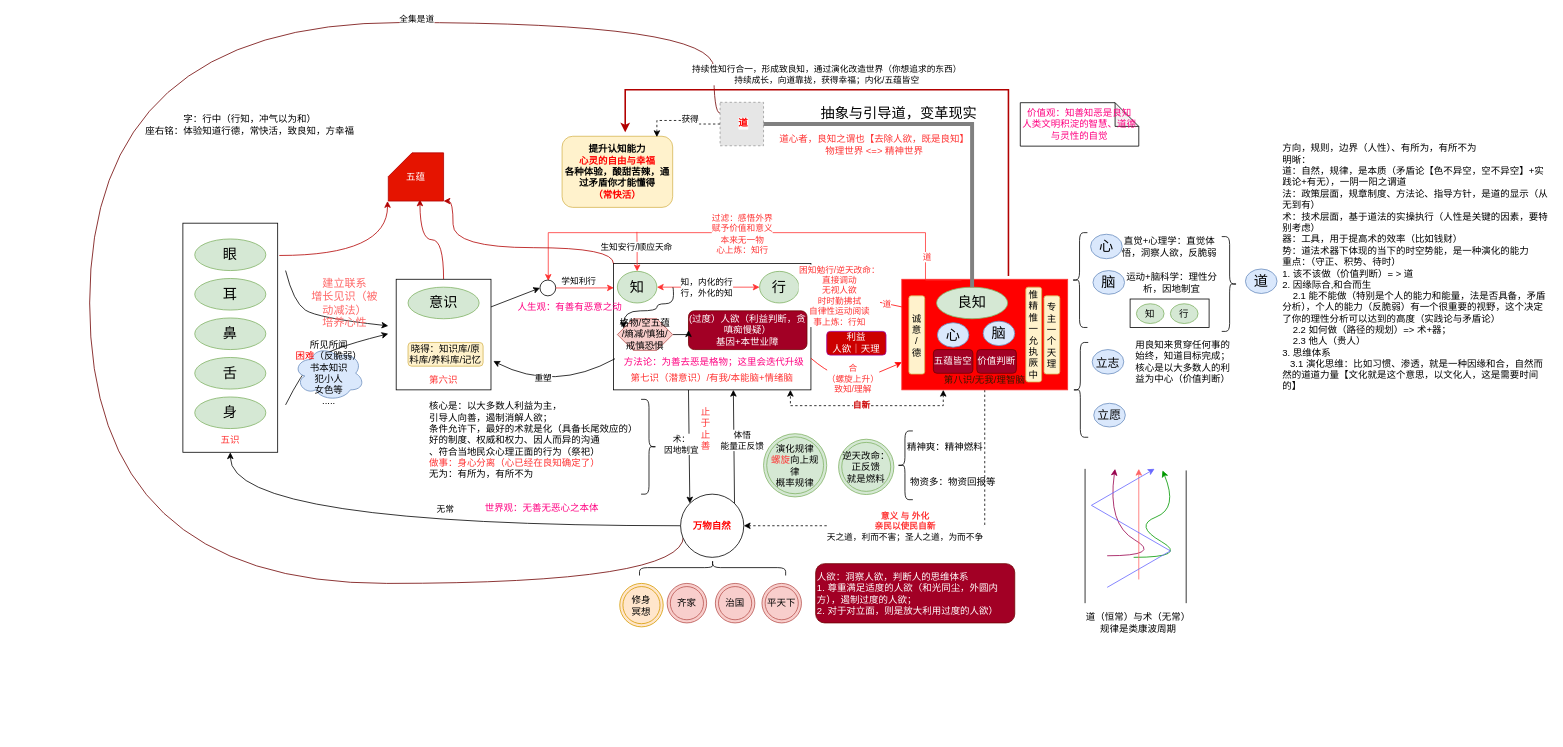
Before: page "良知" (1 of 2) of xinxue.drawio in kason-huang/DrawIO, a draw.io diagram. Source tidied: cells renumbered, new cells numbered last; positions are measured from the earlier drawing's top-left corner, leaving out a move shared by most shapes. Both pictures are drawn from the tidied source at 79%, with x=0, y=0 at pixel (89, 22). Pictures stored in the file or linked from it are replaced by grey dashed boxes.
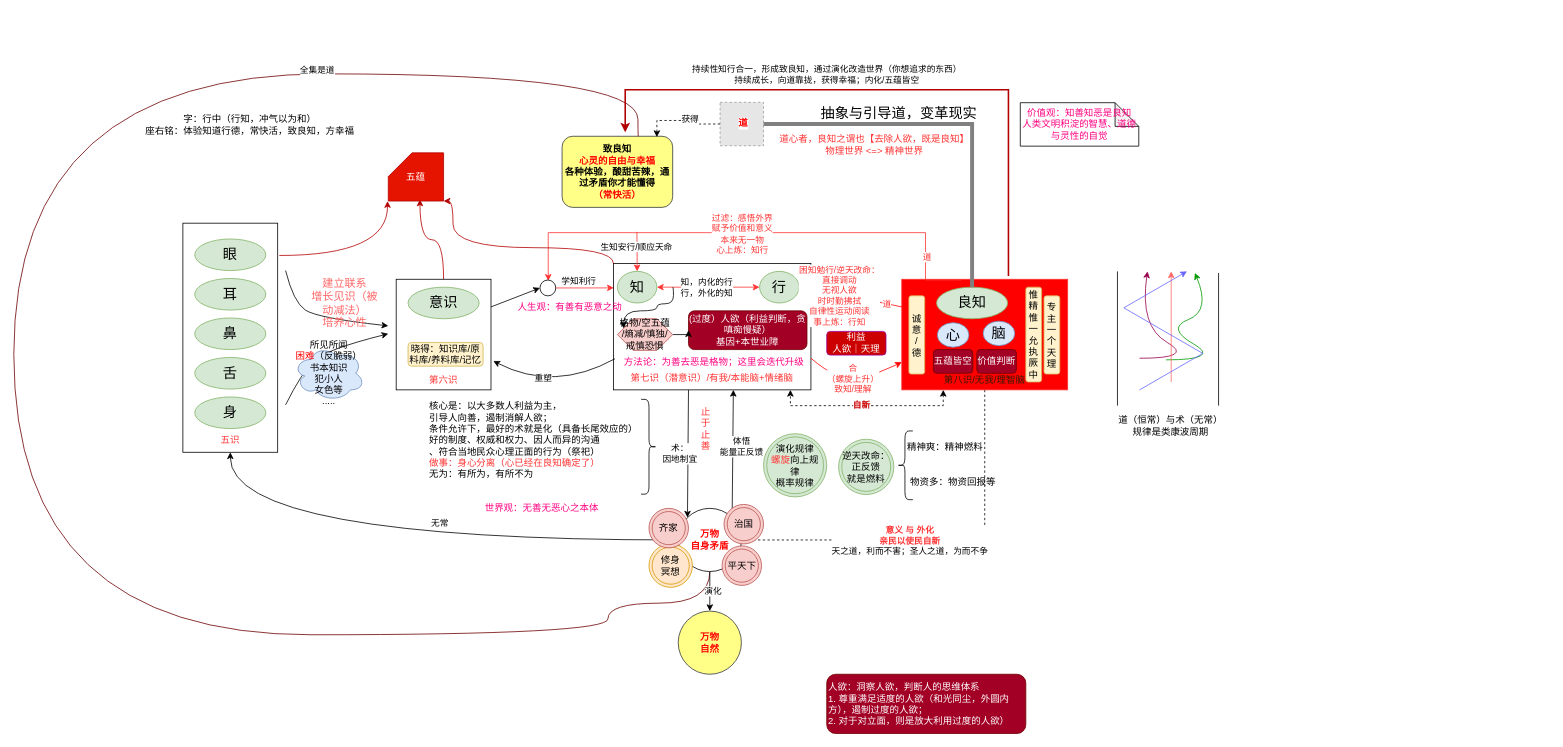
The same page after the edit.

The change refers to these unchanged cells:
```xml
<mxCell id="97" style="fillColor=#E6E6E6;strokeColor=#999999;dashed=1;verticalLabelPosition=bottom;labelBackgroundColor=default;verticalAlign=top;" parent="96" vertex="1">
  <mxGeometry width="55" height="55" as="geometry" />
</mxCell>
```

Change to the diagram source:
```diff
@@
-    <mxCell id="49" style="edgeStyle=orthogonalEdgeStyle;rounded=0;jettySize=auto;html=1;exitX=0;exitY=1;exitDx=0;exitDy=0;entryX=0;entryY=0.25;entryDx=0;entryDy=0;curved=1;endArrow=none;endFill=0;fillColor=#a20025;strokeColor=#6F0000;" parent="1" edge="1" target="97">
+    <mxCell id="49" style="edgeStyle=orthogonalEdgeStyle;rounded=0;jettySize=auto;html=1;exitX=0.5;exitY=1;exitDx=0;exitDy=0;entryX=0;entryY=0.25;entryDx=0;entryDy=0;curved=1;endArrow=none;endFill=0;fillColor=#a20025;strokeColor=#6F0000;" parent="1" edge="1" source="51">
       <mxGeometry relative="1" as="geometry">
-        <mxPoint x="751.7" y="650.3" as="sourcePoint" />
+        <mxPoint x="702" y="179.8" as="targetPoint" />
         <Array as="points">
-          <mxPoint x="752" y="710" />
-          <mxPoint y="710" />
-          <mxPoint />
-          <mxPoint x="790" />
-          <mxPoint x="790" y="115" />
+          <mxPoint x="785" y="735" />
+          <mxPoint x="656" y="735" />
+          <mxPoint x="656" y="775" />
+          <mxPoint x="-96" y="775" />
+          <mxPoint x="-96" y="65" />
+          <mxPoint x="694" y="65" />
+          <mxPoint x="694" y="180" />
         </Array>
       </mxGeometry>
     </mxCell>
@@
+    <mxCell id="121" style="rounded=0;jettySize=auto;html=1;exitX=0.5;exitY=1;exitDx=0;exitDy=0;entryX=0.5;entryY=0;entryDx=0;entryDy=0;" parent="1" edge="1" source="51" target="123">
+      <mxGeometry relative="1" as="geometry" />
+    </mxCell>
+    <mxCell id="122" value="演化" style="edgeLabel;html=1;align=center;verticalAlign=middle;" parent="121" vertex="1">
+      <mxGeometry x="-0.08" y="3" relative="1" as="geometry">
+        <mxPoint y="1" as="offset" />
+      </mxGeometry>
+    </mxCell>
-    <mxCell id="51" value="&lt;div&gt;&lt;b style=&quot;color: rgb(255, 0, 0); background-color: initial;&quot;&gt;万物自然&lt;/b&gt;&lt;br&gt;&lt;/div&gt;" style="ellipse;whiteSpace=wrap;html=1;" parent="1" vertex="1">
-      <mxGeometry x="748" y="597" width="80" height="80" as="geometry" />
+    <mxCell id="51" value="&lt;div&gt;&lt;b style=&quot;color: rgb(255, 0, 0); background-color: initial;&quot;&gt;万物&lt;/b&gt;&lt;br&gt;&lt;/div&gt;&lt;div&gt;&lt;b style=&quot;color: rgb(255, 0, 0); background-color: initial;&quot;&gt;自身矛盾&lt;/b&gt;&lt;/div&gt;" style="ellipse;whiteSpace=wrap;html=1;" parent="1" vertex="1">
+      <mxGeometry x="745" y="615" width="80" height="80" as="geometry" />
     </mxCell>
@@
-    <mxCell id="57" value="&lt;b&gt;提升认知能力&lt;br&gt;&lt;font color=&quot;#ff0000&quot;&gt;心灵的自由与幸福&lt;/font&gt;&lt;br&gt;各种体验，酸甜苦辣，通过矛盾你才能懂得&lt;br&gt;&lt;font color=&quot;#ff0000&quot;&gt;（常快活）&lt;/font&gt;&lt;/b&gt;" style="rounded=1;whiteSpace=wrap;html=1;fillColor=#fff2cc;strokeColor=#d6b656;" parent="1" vertex="1">
+    <mxCell id="57" value="&lt;b&gt;致良知&lt;br&gt;&lt;font color=&quot;#ff0000&quot;&gt;心灵的自由与幸福&lt;/font&gt;&lt;br&gt;各种体验，酸甜苦辣，通过矛盾你才能懂得&lt;br&gt;&lt;font color=&quot;#ff0000&quot;&gt;（常快活）&lt;/font&gt;&lt;/b&gt;" style="rounded=1;whiteSpace=wrap;html=1;fillColor=#ffff88;strokeColor=#36393d;" parent="1" vertex="1">
       <mxGeometry x="598" y="144" width="140" height="90" as="geometry" />
     </mxCell>
@@
-    <mxCell id="59" style="shape=curlyBracket;whiteSpace=wrap;html=1;rounded=1;labelPosition=left;verticalLabelPosition=middle;align=right;verticalAlign=middle;" parent="1" vertex="1">
-      <mxGeometry x="1243" y="266" width="20" height="120" as="geometry" />
-    </mxCell>
-    <mxCell id="60" value="直觉+心理学：直觉体悟，洞察人欲，反脆弱" style="text;html=1;strokeColor=none;fillColor=none;align=center;verticalAlign=middle;whiteSpace=wrap;rounded=0;" parent="1" vertex="1">
-      <mxGeometry x="1297" y="269" width="140" height="30" as="geometry" />
-    </mxCell>
-    <mxCell id="61" value="&lt;font style=&quot;font-size: 18px;&quot;&gt;心&lt;/font&gt;" style="ellipse;whiteSpace=wrap;html=1;fillColor=#dae8fc;strokeColor=#6c8ebf;" parent="1" vertex="1">
-      <mxGeometry x="1267" y="268" width="40" height="31" as="geometry" />
-    </mxCell>
-    <mxCell id="62" value="&lt;font style=&quot;font-size: 18px;&quot;&gt;脑&lt;/font&gt;" style="ellipse;whiteSpace=wrap;html=1;fillColor=#dae8fc;strokeColor=#6c8ebf;" parent="1" vertex="1">
-      <mxGeometry x="1270" y="314" width="40" height="30" as="geometry" />
-    </mxCell>
-    <mxCell id="63" value="运动+脑科学：理性分析，因地制宜" style="text;html=1;strokeColor=none;fillColor=none;align=center;verticalAlign=middle;whiteSpace=wrap;rounded=0;" parent="1" vertex="1">
-      <mxGeometry x="1310" y="314" width="120" height="30" as="geometry" />
-    </mxCell>
-    <mxCell id="64" style="shape=curlyBracket;whiteSpace=wrap;html=1;rounded=1;flipH=1;labelPosition=right;verticalLabelPosition=middle;align=left;verticalAlign=middle;" parent="1" vertex="1">
-      <mxGeometry x="1433" y="271" width="20" height="120" as="geometry" />
-    </mxCell>
-    <mxCell id="65" value="&lt;font style=&quot;font-size: 18px;&quot;&gt;道&lt;/font&gt;" style="ellipse;whiteSpace=wrap;html=1;fillColor=#dae8fc;strokeColor=#6c8ebf;" parent="1" vertex="1">
-      <mxGeometry x="1463" y="312" width="40" height="31" as="geometry" />
-    </mxCell>
-    <mxCell id="66" style="shape=curlyBracket;whiteSpace=wrap;html=1;rounded=1;labelPosition=left;verticalLabelPosition=middle;align=right;verticalAlign=middle;" parent="1" vertex="1">
-      <mxGeometry x="1244" y="405" width="20" height="120" as="geometry" />
-    </mxCell>
-    <mxCell id="67" value="&lt;font style=&quot;font-size: 15px;&quot;&gt;立志&lt;/font&gt;" style="ellipse;whiteSpace=wrap;html=1;fillColor=#dae8fc;strokeColor=#6c8ebf;" parent="1" vertex="1">
-      <mxGeometry x="1269" y="414" width="40" height="31" as="geometry" />
-    </mxCell>
-    <mxCell id="68" value="&lt;font style=&quot;font-size: 15px;&quot;&gt;立愿&lt;/font&gt;" style="ellipse;whiteSpace=wrap;html=1;fillColor=#dae8fc;strokeColor=#6c8ebf;" parent="1" vertex="1">
-      <mxGeometry x="1271" y="482" width="40" height="30" as="geometry" />
-    </mxCell>
-    <mxCell id="69" value="用良知来贯穿任何事的始终，知道目标完成；核心是以大多数人的利益为中心（价值判断）" style="text;html=1;strokeColor=none;fillColor=none;align=left;verticalAlign=middle;whiteSpace=wrap;rounded=0;" parent="1" vertex="1">
-      <mxGeometry x="1321.5" y="415" width="126.5" height="30" as="geometry" />
-    </mxCell>
@@
-    <mxCell id="72" style="shape=curlyBracket;whiteSpace=wrap;html=1;rounded=1;labelPosition=left;verticalLabelPosition=middle;align=right;verticalAlign=middle;rotation=90;" parent="1" vertex="1">
-      <mxGeometry x="778.5" y="597.5" width="20" height="185" as="geometry" />
-    </mxCell>
     <mxCell id="73" value="修身&lt;br&gt;冥想" style="ellipse;shape=doubleEllipse;whiteSpace=wrap;html=1;fillColor=#ffe6cc;strokeColor=#d79b00;" parent="1" vertex="1">
-      <mxGeometry x="671" y="710" width="55" height="55" as="geometry" />
+      <mxGeometry x="708" y="660" width="55" height="55" as="geometry" />
     </mxCell>
     <mxCell id="74" value="平天下" style="ellipse;shape=doubleEllipse;whiteSpace=wrap;html=1;fillColor=#f8cecc;strokeColor=#b85450;" parent="1" vertex="1">
-      <mxGeometry x="851" y="710" width="50" height="50" as="geometry" />
+      <mxGeometry x="800.5" y="662.5" width="50" height="50" as="geometry" />
     </mxCell>
     <mxCell id="75" value="治国" style="ellipse;shape=doubleEllipse;whiteSpace=wrap;html=1;fillColor=#f8cecc;strokeColor=#b85450;" parent="1" vertex="1">
-      <mxGeometry x="792" y="710" width="50" height="50" as="geometry" />
+      <mxGeometry x="803" y="610" width="50" height="50" as="geometry" />
     </mxCell>
     <mxCell id="76" value="齐家" style="ellipse;shape=doubleEllipse;whiteSpace=wrap;html=1;fillColor=#f8cecc;strokeColor=#b85450;" parent="1" vertex="1">
-      <mxGeometry x="731" y="710" width="50" height="50" as="geometry" />
+      <mxGeometry x="708" y="615" width="50" height="50" as="geometry" />
     </mxCell>
@@
     <mxCell id="83" value="人欲：洞察人欲，判断人的思维体系&lt;br&gt;1. 尊重满足适度的人欲（和光同尘，外圆内方），遏制过度的人欲；&lt;br&gt;2. 对于对立面，则是放大利用过度的人欲）" style="rounded=1;whiteSpace=wrap;html=1;fillColor=#a20025;strokeColor=#6F0000;fontColor=#ffffff;align=left;" parent="1" vertex="1">
-      <mxGeometry x="919" y="685" width="252" height="75" as="geometry" />
+      <mxGeometry x="933" y="825" width="252" height="75" as="geometry" />
     </mxCell>
-    <mxCell id="84" value="方向，规则，边界（人性）、有所为，有所不为&lt;br&gt;明晰：&lt;br&gt;道：自然，规律，是本质（矛盾论【色不异空，空不异空】+实践论+有无），一阴一阳之谓道&lt;br&gt;法：政策层面，规章制度、方法论、指导方针，是道的显示（从无到有）&lt;br&gt;术：技术层面，基于道法的实操执行（人性是关键的因素，要特别考虑）&lt;br&gt;器：工具，用于提高术的效率（比如钱财）&lt;br&gt;势：道法术器下体现的当下的时空势能，是一种演化的能力&lt;br&gt;重点：（守正、积势、待时）&lt;br&gt;1. 该不该做（价值判断）= &amp;gt; 道&lt;br&gt;2.&amp;nbsp;因缘际合,和合而生&lt;br&gt;&lt;span style=&quot;&quot;&gt;&lt;span style=&quot;&quot;&gt;&amp;nbsp;&amp;nbsp;&amp;nbsp;&amp;nbsp;&lt;/span&gt;&lt;/span&gt;2.1 能不能做（特别是个人的能力和能量，法是否具备，矛盾分析），个人的能力（反脆弱）有一个很重要的视野，这个决定了你的理性分析可以达到的高度（实践论与矛盾论）&lt;br&gt;&lt;span style=&quot;&quot;&gt;&lt;span style=&quot;&quot;&gt;&amp;nbsp;&amp;nbsp;&amp;nbsp;&amp;nbsp;&lt;/span&gt;&lt;/span&gt;2.2&amp;nbsp;如何做（路径的规划）=&amp;gt; 术+器；&lt;br&gt;&amp;nbsp; &amp;nbsp; 2.3 他人（贵人）&lt;br&gt;3. 思维体系&lt;br&gt;&amp;nbsp; &amp;nbsp;3.1 演化思维：比如习惯、渗透，就是一种因缘和合，自然而然的道道力量【文化就是这个意思，以文化人，这是需要时间的】" style="text;html=1;strokeColor=none;fillColor=none;align=left;verticalAlign=middle;whiteSpace=wrap;rounded=0;" parent="1" vertex="1">
-      <mxGeometry x="1508" y="285" width="340" height="50" as="geometry" />
-    </mxCell>
@@
-    <mxCell id="86" style="group;" parent="1" vertex="1">
-      <mxGeometry x="1317" y="350" width="100" height="36" as="geometry" />
-    </mxCell>
-    <mxCell id="87" style="rounded=0;whiteSpace=wrap;html=1;" parent="86" vertex="1">
-      <mxGeometry width="100" height="36" as="geometry" />
-    </mxCell>
-    <mxCell id="88" value="知" style="ellipse;whiteSpace=wrap;html=1;fillColor=#d5e8d4;strokeColor=#82b366;" parent="86" vertex="1">
-      <mxGeometry x="8" y="6" width="35" height="25" as="geometry" />
-    </mxCell>
-    <mxCell id="89" value="行" style="ellipse;whiteSpace=wrap;html=1;fillColor=#d5e8d4;strokeColor=#82b366;" parent="86" vertex="1">
-      <mxGeometry x="51" y="6" width="35" height="25" as="geometry" />
-    </mxCell>
     <mxCell id="90" style="endArrow=none;html=1;rounded=0;endFill=0;" parent="1" edge="1">
       <mxGeometry relative="1" as="geometry">
-        <mxPoint x="1260" y="735" as="sourcePoint" />
-        <mxPoint x="1260" y="565" as="targetPoint" />
+        <mxPoint x="1301" y="485" as="sourcePoint" />
+        <mxPoint x="1301" y="315" as="targetPoint" />
       </mxGeometry>
     </mxCell>
     <mxCell id="91" style="endArrow=none;html=1;rounded=0;endFill=0;" parent="1" edge="1">
       <mxGeometry relative="1" as="geometry">
-        <mxPoint x="1388" y="735" as="sourcePoint" />
-        <mxPoint x="1388" y="567" as="targetPoint" />
+        <mxPoint x="1429" y="485" as="sourcePoint" />
+        <mxPoint x="1429" y="317" as="targetPoint" />
       </mxGeometry>
     </mxCell>
     <mxCell id="92" style="curved=1;endArrow=classic;html=1;rounded=0;strokeColor=#99004D;" parent="1" edge="1">
       <mxGeometry relative="1" as="geometry">
-        <mxPoint x="1288" y="675" as="sourcePoint" />
-        <mxPoint x="1298" y="565" as="targetPoint" />
+        <mxPoint x="1329" y="425" as="sourcePoint" />
+        <mxPoint x="1339" y="315" as="targetPoint" />
         <Array as="points">
-          <mxPoint x="1358" y="675" />
-          <mxPoint x="1288" y="635" />
+          <mxPoint x="1399" y="425" />
+          <mxPoint x="1329" y="385" />
         </Array>
       </mxGeometry>
     </mxCell>
     <mxCell id="93" style="curved=1;endArrow=classic;html=1;rounded=0;strokeColor=#009900;" parent="1" edge="1">
       <mxGeometry relative="1" as="geometry">
-        <mxPoint x="1321.5" y="677" as="sourcePoint" />
-        <mxPoint x="1358" y="567" as="targetPoint" />
+        <mxPoint x="1362.5" y="427" as="sourcePoint" />
+        <mxPoint x="1399" y="317" as="targetPoint" />
         <Array as="points">
-          <mxPoint x="1391.5" y="677" />
-          <mxPoint x="1321.5" y="637" />
-          <mxPoint x="1378" y="615" />
+          <mxPoint x="1432.5" y="427" />
+          <mxPoint x="1362.5" y="387" />
+          <mxPoint x="1419" y="365" />
         </Array>
       </mxGeometry>
     </mxCell>
     <mxCell id="94" style="endArrow=classic;html=1;rounded=0;strokeColor=#FF6666;" parent="1" edge="1">
       <mxGeometry relative="1" as="geometry">
-        <mxPoint x="1328" y="705" as="sourcePoint" />
-        <mxPoint x="1328" y="565" as="targetPoint" />
+        <mxPoint x="1369" y="455" as="sourcePoint" />
+        <mxPoint x="1369" y="315" as="targetPoint" />
       </mxGeometry>
     </mxCell>
     <mxCell id="95" style="endArrow=classic;html=1;rounded=0;edgeStyle=isometricEdgeStyle;strokeColor=#6666FF;" parent="1" edge="1">
       <mxGeometry relative="1" as="geometry">
-        <mxPoint x="1288" y="715" as="sourcePoint" />
-        <mxPoint x="1348" y="565" as="targetPoint" />
+        <mxPoint x="1329" y="465" as="sourcePoint" />
+        <mxPoint x="1389" y="315" as="targetPoint" />
       </mxGeometry>
     </mxCell>
@@
     <mxCell id="101" value="道（恒常）与术（无常）&lt;div&gt;规律是类康波周期&lt;/div&gt;" style="text;html=1;align=center;verticalAlign=middle;strokeColor=none;fillColor=none;" parent="1" vertex="1">
-      <mxGeometry x="1247" y="740" width="160" height="40" as="geometry" />
+      <mxGeometry x="1288" y="490" width="160" height="40" as="geometry" />
     </mxCell>
@@
+    <mxCell id="123" value="&lt;div&gt;&lt;b style=&quot;color: rgb(255, 0, 0); background-color: initial;&quot;&gt;万物&lt;/b&gt;&lt;/div&gt;&lt;div&gt;&lt;b style=&quot;color: rgb(255, 0, 0); background-color: initial;&quot;&gt;自然&lt;/b&gt;&lt;br&gt;&lt;/div&gt;" style="ellipse;whiteSpace=wrap;html=1;fillColor=#ffff88;strokeColor=#36393d;" parent="1" vertex="1">
+      <mxGeometry x="745" y="745" width="80" height="80" as="geometry" />
+    </mxCell>
```
